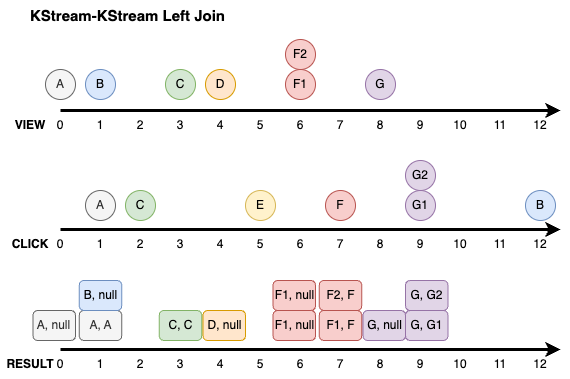
Before: img/kafka/kafka-streams-join-4.drawio.png, a diagram exported from draw.io (windowforsun/blog). Source tidied: cells renumbered, new cells last; positions are measured from the earlier drawing's top-left corner, leaving out a move shared by most shapes. The source it was exported from:
```xml
<mxGraphModel>
  <root>
    <mxCell id="0" />
    <mxCell id="1" parent="0" />
    <mxCell id="2" style="endArrow=classic;html=1;rounded=0;endFill=1;strokeWidth=3;" parent="1" edge="1">
      <mxGeometry relative="1" as="geometry">
        <mxPoint x="60" y="110" as="sourcePoint" />
        <mxPoint x="560" y="110" as="targetPoint" />
      </mxGeometry>
    </mxCell>
    <mxCell id="3" value="&lt;b&gt;VIEW&lt;/b&gt;" style="text;html=1;align=center;verticalAlign=middle;whiteSpace=wrap;rounded=0;" parent="1" vertex="1">
      <mxGeometry y="110" width="60" height="30" as="geometry" />
    </mxCell>
    <mxCell id="4" value="&lt;b&gt;CLICK&lt;/b&gt;" style="text;html=1;align=center;verticalAlign=middle;whiteSpace=wrap;rounded=0;" parent="1" vertex="1">
      <mxGeometry y="229" width="60" height="30" as="geometry" />
    </mxCell>
    <mxCell id="5" value="1" style="text;html=1;align=center;verticalAlign=middle;whiteSpace=wrap;rounded=0;" parent="1" vertex="1">
      <mxGeometry x="90" y="110" width="20" height="30" as="geometry" />
    </mxCell>
    <mxCell id="6" value="0" style="text;html=1;align=center;verticalAlign=middle;whiteSpace=wrap;rounded=0;" parent="1" vertex="1">
      <mxGeometry x="50" y="110" width="20" height="30" as="geometry" />
    </mxCell>
    <mxCell id="7" value="2" style="text;html=1;align=center;verticalAlign=middle;whiteSpace=wrap;rounded=0;" parent="1" vertex="1">
      <mxGeometry x="130" y="110" width="20" height="30" as="geometry" />
    </mxCell>
    <mxCell id="8" value="3" style="text;html=1;align=center;verticalAlign=middle;whiteSpace=wrap;rounded=0;" parent="1" vertex="1">
      <mxGeometry x="170" y="110" width="20" height="30" as="geometry" />
    </mxCell>
    <mxCell id="9" value="4" style="text;html=1;align=center;verticalAlign=middle;whiteSpace=wrap;rounded=0;" parent="1" vertex="1">
      <mxGeometry x="210" y="110" width="20" height="30" as="geometry" />
    </mxCell>
    <mxCell id="10" value="5" style="text;html=1;align=center;verticalAlign=middle;whiteSpace=wrap;rounded=0;" parent="1" vertex="1">
      <mxGeometry x="250" y="110" width="20" height="30" as="geometry" />
    </mxCell>
    <mxCell id="11" value="6" style="text;html=1;align=center;verticalAlign=middle;whiteSpace=wrap;rounded=0;" parent="1" vertex="1">
      <mxGeometry x="290" y="110" width="20" height="30" as="geometry" />
    </mxCell>
    <mxCell id="12" value="7" style="text;html=1;align=center;verticalAlign=middle;whiteSpace=wrap;rounded=0;" parent="1" vertex="1">
      <mxGeometry x="330" y="110" width="20" height="30" as="geometry" />
    </mxCell>
    <mxCell id="13" value="8" style="text;html=1;align=center;verticalAlign=middle;whiteSpace=wrap;rounded=0;" parent="1" vertex="1">
      <mxGeometry x="370" y="110" width="20" height="30" as="geometry" />
    </mxCell>
    <mxCell id="14" value="9" style="text;html=1;align=center;verticalAlign=middle;whiteSpace=wrap;rounded=0;" parent="1" vertex="1">
      <mxGeometry x="410" y="110" width="20" height="30" as="geometry" />
    </mxCell>
    <mxCell id="15" value="10" style="text;html=1;align=center;verticalAlign=middle;whiteSpace=wrap;rounded=0;" parent="1" vertex="1">
      <mxGeometry x="450" y="110" width="20" height="30" as="geometry" />
    </mxCell>
    <mxCell id="16" value="11" style="text;html=1;align=center;verticalAlign=middle;whiteSpace=wrap;rounded=0;" parent="1" vertex="1">
      <mxGeometry x="490" y="110" width="20" height="30" as="geometry" />
    </mxCell>
    <mxCell id="17" value="12" style="text;html=1;align=center;verticalAlign=middle;whiteSpace=wrap;rounded=0;" parent="1" vertex="1">
      <mxGeometry x="530" y="110" width="20" height="30" as="geometry" />
    </mxCell>
    <mxCell id="18" style="endArrow=classic;html=1;rounded=0;endFill=1;strokeWidth=3;" parent="1" edge="1">
      <mxGeometry relative="1" as="geometry">
        <mxPoint x="60" y="229" as="sourcePoint" />
        <mxPoint x="560" y="229" as="targetPoint" />
      </mxGeometry>
    </mxCell>
    <mxCell id="19" value="1" style="text;html=1;align=center;verticalAlign=middle;whiteSpace=wrap;rounded=0;" parent="1" vertex="1">
      <mxGeometry x="90" y="229" width="20" height="30" as="geometry" />
    </mxCell>
    <mxCell id="20" value="0" style="text;html=1;align=center;verticalAlign=middle;whiteSpace=wrap;rounded=0;" parent="1" vertex="1">
      <mxGeometry x="50" y="229" width="20" height="30" as="geometry" />
    </mxCell>
    <mxCell id="21" value="2" style="text;html=1;align=center;verticalAlign=middle;whiteSpace=wrap;rounded=0;" parent="1" vertex="1">
      <mxGeometry x="130" y="229" width="20" height="30" as="geometry" />
    </mxCell>
    <mxCell id="22" value="3" style="text;html=1;align=center;verticalAlign=middle;whiteSpace=wrap;rounded=0;" parent="1" vertex="1">
      <mxGeometry x="170" y="229" width="20" height="30" as="geometry" />
    </mxCell>
    <mxCell id="23" value="4" style="text;html=1;align=center;verticalAlign=middle;whiteSpace=wrap;rounded=0;" parent="1" vertex="1">
      <mxGeometry x="210" y="229" width="20" height="30" as="geometry" />
    </mxCell>
    <mxCell id="24" value="5" style="text;html=1;align=center;verticalAlign=middle;whiteSpace=wrap;rounded=0;" parent="1" vertex="1">
      <mxGeometry x="250" y="229" width="20" height="30" as="geometry" />
    </mxCell>
    <mxCell id="25" value="6" style="text;html=1;align=center;verticalAlign=middle;whiteSpace=wrap;rounded=0;" parent="1" vertex="1">
      <mxGeometry x="290" y="229" width="20" height="30" as="geometry" />
    </mxCell>
    <mxCell id="26" value="7" style="text;html=1;align=center;verticalAlign=middle;whiteSpace=wrap;rounded=0;" parent="1" vertex="1">
      <mxGeometry x="330" y="229" width="20" height="30" as="geometry" />
    </mxCell>
    <mxCell id="27" value="8" style="text;html=1;align=center;verticalAlign=middle;whiteSpace=wrap;rounded=0;" parent="1" vertex="1">
      <mxGeometry x="370" y="229" width="20" height="30" as="geometry" />
    </mxCell>
    <mxCell id="28" value="9" style="text;html=1;align=center;verticalAlign=middle;whiteSpace=wrap;rounded=0;" parent="1" vertex="1">
      <mxGeometry x="410" y="229" width="20" height="30" as="geometry" />
    </mxCell>
    <mxCell id="29" value="10" style="text;html=1;align=center;verticalAlign=middle;whiteSpace=wrap;rounded=0;" parent="1" vertex="1">
      <mxGeometry x="450" y="229" width="20" height="30" as="geometry" />
    </mxCell>
    <mxCell id="30" value="11" style="text;html=1;align=center;verticalAlign=middle;whiteSpace=wrap;rounded=0;" parent="1" vertex="1">
      <mxGeometry x="490" y="229" width="20" height="30" as="geometry" />
    </mxCell>
    <mxCell id="31" value="12" style="text;html=1;align=center;verticalAlign=middle;whiteSpace=wrap;rounded=0;" parent="1" vertex="1">
      <mxGeometry x="530" y="229" width="20" height="30" as="geometry" />
    </mxCell>
    <mxCell id="32" value="A" style="ellipse;whiteSpace=wrap;html=1;fillColor=#f5f5f5;fontColor=#333333;strokeColor=#666666;" parent="1" vertex="1">
      <mxGeometry x="45" y="69" width="30" height="30" as="geometry" />
    </mxCell>
    <mxCell id="33" value="A" style="ellipse;whiteSpace=wrap;html=1;fillColor=#f5f5f5;fontColor=#333333;strokeColor=#666666;" parent="1" vertex="1">
      <mxGeometry x="85" y="190" width="30" height="30" as="geometry" />
    </mxCell>
    <mxCell id="34" value="B" style="ellipse;whiteSpace=wrap;html=1;fillColor=#dae8fc;strokeColor=#6c8ebf;" parent="1" vertex="1">
      <mxGeometry x="85" y="69" width="30" height="30" as="geometry" />
    </mxCell>
    <mxCell id="35" value="B" style="ellipse;whiteSpace=wrap;html=1;fillColor=#dae8fc;strokeColor=#6c8ebf;" parent="1" vertex="1">
      <mxGeometry x="525" y="190" width="30" height="30" as="geometry" />
    </mxCell>
    <mxCell id="36" value="C" style="ellipse;whiteSpace=wrap;html=1;fillColor=#d5e8d4;strokeColor=#82b366;" parent="1" vertex="1">
      <mxGeometry x="165" y="69" width="30" height="30" as="geometry" />
    </mxCell>
    <mxCell id="37" value="C" style="ellipse;whiteSpace=wrap;html=1;fillColor=#d5e8d4;strokeColor=#82b366;" parent="1" vertex="1">
      <mxGeometry x="125" y="190" width="30" height="30" as="geometry" />
    </mxCell>
    <mxCell id="38" value="D" style="ellipse;whiteSpace=wrap;html=1;fillColor=#ffe6cc;strokeColor=#d79b00;" parent="1" vertex="1">
      <mxGeometry x="205" y="69" width="30" height="30" as="geometry" />
    </mxCell>
    <mxCell id="39" value="E" style="ellipse;whiteSpace=wrap;html=1;fillColor=#fff2cc;strokeColor=#d6b656;" parent="1" vertex="1">
      <mxGeometry x="245" y="190" width="30" height="30" as="geometry" />
    </mxCell>
    <mxCell id="40" value="F1" style="ellipse;whiteSpace=wrap;html=1;fillColor=#f8cecc;strokeColor=#b85450;" parent="1" vertex="1">
      <mxGeometry x="285" y="69" width="30" height="30" as="geometry" />
    </mxCell>
    <mxCell id="41" value="F2" style="ellipse;whiteSpace=wrap;html=1;fillColor=#f8cecc;strokeColor=#b85450;" parent="1" vertex="1">
      <mxGeometry x="285" y="39" width="30" height="30" as="geometry" />
    </mxCell>
    <mxCell id="42" value="G" style="ellipse;whiteSpace=wrap;html=1;fillColor=#e1d5e7;strokeColor=#9673a6;" parent="1" vertex="1">
      <mxGeometry x="365" y="69" width="30" height="30" as="geometry" />
    </mxCell>
    <mxCell id="43" value="F" style="ellipse;whiteSpace=wrap;html=1;fillColor=#f8cecc;strokeColor=#b85450;" parent="1" vertex="1">
      <mxGeometry x="325" y="190" width="30" height="30" as="geometry" />
    </mxCell>
    <mxCell id="44" value="G1" style="ellipse;whiteSpace=wrap;html=1;fillColor=#e1d5e7;strokeColor=#9673a6;" parent="1" vertex="1">
      <mxGeometry x="405" y="190" width="30" height="30" as="geometry" />
    </mxCell>
    <mxCell id="45" value="G2" style="ellipse;whiteSpace=wrap;html=1;fillColor=#e1d5e7;strokeColor=#9673a6;" parent="1" vertex="1">
      <mxGeometry x="405" y="160" width="30" height="30" as="geometry" />
    </mxCell>
    <mxCell id="46" value="&lt;b&gt;RESULT&lt;/b&gt;" style="text;html=1;align=center;verticalAlign=middle;whiteSpace=wrap;rounded=0;" parent="1" vertex="1">
      <mxGeometry y="349" width="60" height="30" as="geometry" />
    </mxCell>
    <mxCell id="47" style="endArrow=classic;html=1;rounded=0;endFill=1;strokeWidth=3;" parent="1" edge="1">
      <mxGeometry relative="1" as="geometry">
        <mxPoint x="60" y="349" as="sourcePoint" />
        <mxPoint x="560" y="349" as="targetPoint" />
      </mxGeometry>
    </mxCell>
    <mxCell id="48" value="1" style="text;html=1;align=center;verticalAlign=middle;whiteSpace=wrap;rounded=0;" parent="1" vertex="1">
      <mxGeometry x="90" y="349" width="20" height="30" as="geometry" />
    </mxCell>
    <mxCell id="49" value="0" style="text;html=1;align=center;verticalAlign=middle;whiteSpace=wrap;rounded=0;" parent="1" vertex="1">
      <mxGeometry x="50" y="349" width="20" height="30" as="geometry" />
    </mxCell>
    <mxCell id="50" value="2" style="text;html=1;align=center;verticalAlign=middle;whiteSpace=wrap;rounded=0;" parent="1" vertex="1">
      <mxGeometry x="130" y="349" width="20" height="30" as="geometry" />
    </mxCell>
    <mxCell id="51" value="3" style="text;html=1;align=center;verticalAlign=middle;whiteSpace=wrap;rounded=0;" parent="1" vertex="1">
      <mxGeometry x="170" y="349" width="20" height="30" as="geometry" />
    </mxCell>
    <mxCell id="52" value="4" style="text;html=1;align=center;verticalAlign=middle;whiteSpace=wrap;rounded=0;" parent="1" vertex="1">
      <mxGeometry x="210" y="349" width="20" height="30" as="geometry" />
    </mxCell>
    <mxCell id="53" value="5" style="text;html=1;align=center;verticalAlign=middle;whiteSpace=wrap;rounded=0;" parent="1" vertex="1">
      <mxGeometry x="250" y="349" width="20" height="30" as="geometry" />
    </mxCell>
    <mxCell id="54" value="6" style="text;html=1;align=center;verticalAlign=middle;whiteSpace=wrap;rounded=0;" parent="1" vertex="1">
      <mxGeometry x="290" y="349" width="20" height="30" as="geometry" />
    </mxCell>
    <mxCell id="55" value="7" style="text;html=1;align=center;verticalAlign=middle;whiteSpace=wrap;rounded=0;" parent="1" vertex="1">
      <mxGeometry x="330" y="349" width="20" height="30" as="geometry" />
    </mxCell>
    <mxCell id="56" value="8" style="text;html=1;align=center;verticalAlign=middle;whiteSpace=wrap;rounded=0;" parent="1" vertex="1">
      <mxGeometry x="370" y="349" width="20" height="30" as="geometry" />
    </mxCell>
    <mxCell id="57" value="9" style="text;html=1;align=center;verticalAlign=middle;whiteSpace=wrap;rounded=0;" parent="1" vertex="1">
      <mxGeometry x="410" y="349" width="20" height="30" as="geometry" />
    </mxCell>
    <mxCell id="58" value="10" style="text;html=1;align=center;verticalAlign=middle;whiteSpace=wrap;rounded=0;" parent="1" vertex="1">
      <mxGeometry x="450" y="349" width="20" height="30" as="geometry" />
    </mxCell>
    <mxCell id="59" value="11" style="text;html=1;align=center;verticalAlign=middle;whiteSpace=wrap;rounded=0;" parent="1" vertex="1">
      <mxGeometry x="490" y="349" width="20" height="30" as="geometry" />
    </mxCell>
    <mxCell id="60" value="12" style="text;html=1;align=center;verticalAlign=middle;whiteSpace=wrap;rounded=0;" parent="1" vertex="1">
      <mxGeometry x="530" y="349" width="20" height="30" as="geometry" />
    </mxCell>
    <mxCell id="61" value="&lt;b&gt;&lt;font style=&quot;font-size: 15px;&quot;&gt;KStream-KStream Left Join&lt;/font&gt;&lt;/b&gt;" style="text;html=1;align=center;verticalAlign=middle;whiteSpace=wrap;rounded=0;" parent="1" vertex="1">
      <mxGeometry x="20" width="215" height="30" as="geometry" />
    </mxCell>
    <mxCell id="62" value="A, null" style="rounded=1;whiteSpace=wrap;html=1;fillColor=#f5f5f5;fontColor=#333333;strokeColor=#666666;" parent="1" vertex="1">
      <mxGeometry x="32.5" y="310" width="42.5" height="30" as="geometry" />
    </mxCell>
    <mxCell id="63" value="C, C" style="rounded=1;whiteSpace=wrap;html=1;fillColor=#d5e8d4;strokeColor=#82b366;" parent="1" vertex="1">
      <mxGeometry x="158.8" y="310" width="42.5" height="30" as="geometry" />
    </mxCell>
    <mxCell id="64" value="F1, F" style="rounded=1;whiteSpace=wrap;html=1;fillColor=#f8cecc;strokeColor=#b85450;" parent="1" vertex="1">
      <mxGeometry x="318.8" y="310" width="42.5" height="30" as="geometry" />
    </mxCell>
    <mxCell id="65" value="F2, F" style="rounded=1;whiteSpace=wrap;html=1;fillColor=#f8cecc;strokeColor=#b85450;" parent="1" vertex="1">
      <mxGeometry x="318.8" y="280" width="42.5" height="30" as="geometry" />
    </mxCell>
    <mxCell id="66" value="G, G1" style="rounded=1;whiteSpace=wrap;html=1;fillColor=#e1d5e7;strokeColor=#9673a6;" parent="1" vertex="1">
      <mxGeometry x="405" y="310" width="42.5" height="30" as="geometry" />
    </mxCell>
    <mxCell id="67" value="G, G2" style="rounded=1;whiteSpace=wrap;html=1;fillColor=#e1d5e7;strokeColor=#9673a6;" parent="1" vertex="1">
      <mxGeometry x="405" y="280" width="42.5" height="30" as="geometry" />
    </mxCell>
    <mxCell id="68" value="A, A" style="rounded=1;whiteSpace=wrap;html=1;fillColor=#f5f5f5;fontColor=#333333;strokeColor=#666666;" parent="1" vertex="1">
      <mxGeometry x="78.8" y="310" width="42.5" height="30" as="geometry" />
    </mxCell>
    <mxCell id="69" value="B, null" style="rounded=1;whiteSpace=wrap;html=1;fillColor=#dae8fc;strokeColor=#6c8ebf;" parent="1" vertex="1">
      <mxGeometry x="78.8" y="280" width="42.5" height="30" as="geometry" />
    </mxCell>
    <mxCell id="70" value="D, null" style="rounded=1;whiteSpace=wrap;html=1;fillColor=#ffe6cc;strokeColor=#d79b00;" parent="1" vertex="1">
      <mxGeometry x="202.5" y="310" width="42.5" height="30" as="geometry" />
    </mxCell>
    <mxCell id="71" value="F1, null" style="rounded=1;whiteSpace=wrap;html=1;fillColor=#f8cecc;strokeColor=#b85450;" parent="1" vertex="1">
      <mxGeometry x="272.5" y="310" width="42.5" height="30" as="geometry" />
    </mxCell>
    <mxCell id="72" value="F1, null" style="rounded=1;whiteSpace=wrap;html=1;fillColor=#f8cecc;strokeColor=#b85450;" parent="1" vertex="1">
      <mxGeometry x="272.5" y="280" width="42.5" height="30" as="geometry" />
    </mxCell>
    <mxCell id="73" value="G, null" style="rounded=1;whiteSpace=wrap;html=1;fillColor=#e1d5e7;strokeColor=#9673a6;" parent="1" vertex="1">
      <mxGeometry x="362.5" y="310" width="42.5" height="30" as="geometry" />
    </mxCell>
  </root>
</mxGraphModel>
```
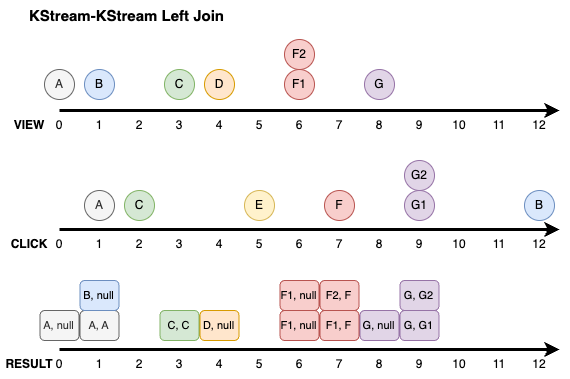
After the change.

Commit message:
kafka-streams-join-4.drawio.png이 추가되었습니다.

What changed in the source:
```diff
@@ -140,15 +140,18 @@
     <mxCell id="45" value="G2" style="ellipse;whiteSpace=wrap;html=1;fillColor=#e1d5e7;strokeColor=#9673a6;" parent="1" vertex="1">
       <mxGeometry x="405" y="160" width="30" height="30" as="geometry" />
     </mxCell>
+    <mxCell id="61" value="&lt;b&gt;&lt;font style=&quot;font-size: 15px;&quot;&gt;KStream-KStream Left Join&lt;/font&gt;&lt;/b&gt;" style="text;html=1;align=center;verticalAlign=middle;whiteSpace=wrap;rounded=0;" parent="1" vertex="1">
+      <mxGeometry x="20" width="215" height="30" as="geometry" />
+    </mxCell>
     <mxCell id="46" value="&lt;b&gt;RESULT&lt;/b&gt;" style="text;html=1;align=center;verticalAlign=middle;whiteSpace=wrap;rounded=0;" parent="1" vertex="1">
       <mxGeometry y="349" width="60" height="30" as="geometry" />
     </mxCell>
-    <mxCell id="47" style="endArrow=classic;html=1;rounded=0;endFill=1;strokeWidth=3;" parent="1" edge="1">
-      <mxGeometry relative="1" as="geometry">
-        <mxPoint x="60" y="349" as="sourcePoint" />
-        <mxPoint x="560" y="349" as="targetPoint" />
-      </mxGeometry>
-    </mxCell>
+    <mxCell id="74" style="endArrow=classic;html=1;rounded=0;endFill=1;strokeWidth=3;" parent="1" edge="1">
+      <mxGeometry relative="1" as="geometry">
+        <mxPoint x="60" y="349" as="sourcePoint" />
+        <mxPoint x="560" y="349" as="targetPoint" />
+      </mxGeometry>
+    </mxCell>
     <mxCell id="48" value="1" style="text;html=1;align=center;verticalAlign=middle;whiteSpace=wrap;rounded=0;" parent="1" vertex="1">
       <mxGeometry x="90" y="349" width="20" height="30" as="geometry" />
     </mxCell>
@@ -188,44 +191,41 @@
     <mxCell id="60" value="12" style="text;html=1;align=center;verticalAlign=middle;whiteSpace=wrap;rounded=0;" parent="1" vertex="1">
       <mxGeometry x="530" y="349" width="20" height="30" as="geometry" />
     </mxCell>
-    <mxCell id="61" value="&lt;b&gt;&lt;font style=&quot;font-size: 15px;&quot;&gt;KStream-KStream Left Join&lt;/font&gt;&lt;/b&gt;" style="text;html=1;align=center;verticalAlign=middle;whiteSpace=wrap;rounded=0;" parent="1" vertex="1">
-      <mxGeometry x="20" width="215" height="30" as="geometry" />
-    </mxCell>
-    <mxCell id="62" value="A, null" style="rounded=1;whiteSpace=wrap;html=1;fillColor=#f5f5f5;fontColor=#333333;strokeColor=#666666;" parent="1" vertex="1">
-      <mxGeometry x="32.5" y="310" width="42.5" height="30" as="geometry" />
+    <mxCell id="62" value="A, null" style="rounded=1;whiteSpace=wrap;html=1;fillColor=#f5f5f5;fontColor=#333333;strokeColor=#666666;fontSize=11;" parent="1" vertex="1">
+      <mxGeometry x="40.5" y="310" width="39" height="30" as="geometry" />
     </mxCell>
-    <mxCell id="63" value="C, C" style="rounded=1;whiteSpace=wrap;html=1;fillColor=#d5e8d4;strokeColor=#82b366;" parent="1" vertex="1">
-      <mxGeometry x="158.8" y="310" width="42.5" height="30" as="geometry" />
+    <mxCell id="63" value="C, C" style="rounded=1;whiteSpace=wrap;html=1;fillColor=#d5e8d4;strokeColor=#82b366;fontSize=11;" parent="1" vertex="1">
+      <mxGeometry x="160.5" y="310" width="39" height="30" as="geometry" />
     </mxCell>
-    <mxCell id="64" value="F1, F" style="rounded=1;whiteSpace=wrap;html=1;fillColor=#f8cecc;strokeColor=#b85450;" parent="1" vertex="1">
-      <mxGeometry x="318.8" y="310" width="42.5" height="30" as="geometry" />
+    <mxCell id="64" value="F1, F" style="rounded=1;whiteSpace=wrap;html=1;fillColor=#f8cecc;strokeColor=#b85450;fontSize=11;" parent="1" vertex="1">
+      <mxGeometry x="320.5" y="310" width="39" height="30" as="geometry" />
     </mxCell>
-    <mxCell id="65" value="F2, F" style="rounded=1;whiteSpace=wrap;html=1;fillColor=#f8cecc;strokeColor=#b85450;" parent="1" vertex="1">
-      <mxGeometry x="318.8" y="280" width="42.5" height="30" as="geometry" />
+    <mxCell id="65" value="F2, F" style="rounded=1;whiteSpace=wrap;html=1;fillColor=#f8cecc;strokeColor=#b85450;fontSize=11;" parent="1" vertex="1">
+      <mxGeometry x="320.5" y="280" width="39" height="30" as="geometry" />
     </mxCell>
-    <mxCell id="66" value="G, G1" style="rounded=1;whiteSpace=wrap;html=1;fillColor=#e1d5e7;strokeColor=#9673a6;" parent="1" vertex="1">
-      <mxGeometry x="405" y="310" width="42.5" height="30" as="geometry" />
+    <mxCell id="66" value="G, G1" style="rounded=1;whiteSpace=wrap;html=1;fillColor=#e1d5e7;strokeColor=#9673a6;fontSize=11;" parent="1" vertex="1">
+      <mxGeometry x="400.5" y="310" width="39" height="30" as="geometry" />
     </mxCell>
-    <mxCell id="67" value="G, G2" style="rounded=1;whiteSpace=wrap;html=1;fillColor=#e1d5e7;strokeColor=#9673a6;" parent="1" vertex="1">
-      <mxGeometry x="405" y="280" width="42.5" height="30" as="geometry" />
+    <mxCell id="67" value="G, G2" style="rounded=1;whiteSpace=wrap;html=1;fillColor=#e1d5e7;strokeColor=#9673a6;fontSize=11;" parent="1" vertex="1">
+      <mxGeometry x="400.5" y="280" width="39" height="30" as="geometry" />
     </mxCell>
-    <mxCell id="68" value="A, A" style="rounded=1;whiteSpace=wrap;html=1;fillColor=#f5f5f5;fontColor=#333333;strokeColor=#666666;" parent="1" vertex="1">
-      <mxGeometry x="78.8" y="310" width="42.5" height="30" as="geometry" />
+    <mxCell id="68" value="A, A" style="rounded=1;whiteSpace=wrap;html=1;fillColor=#f5f5f5;fontColor=#333333;strokeColor=#666666;fontSize=11;" parent="1" vertex="1">
+      <mxGeometry x="80.5" y="310" width="39" height="30" as="geometry" />
     </mxCell>
-    <mxCell id="69" value="B, null" style="rounded=1;whiteSpace=wrap;html=1;fillColor=#dae8fc;strokeColor=#6c8ebf;" parent="1" vertex="1">
-      <mxGeometry x="78.8" y="280" width="42.5" height="30" as="geometry" />
+    <mxCell id="69" value="B, null" style="rounded=1;whiteSpace=wrap;html=1;fillColor=#dae8fc;strokeColor=#6c8ebf;fontSize=11;" parent="1" vertex="1">
+      <mxGeometry x="80.5" y="280" width="39" height="30" as="geometry" />
     </mxCell>
-    <mxCell id="70" value="D, null" style="rounded=1;whiteSpace=wrap;html=1;fillColor=#ffe6cc;strokeColor=#d79b00;" parent="1" vertex="1">
-      <mxGeometry x="202.5" y="310" width="42.5" height="30" as="geometry" />
+    <mxCell id="70" value="D, null" style="rounded=1;whiteSpace=wrap;html=1;fillColor=#ffe6cc;strokeColor=#d79b00;fontSize=11;" parent="1" vertex="1">
+      <mxGeometry x="200.5" y="310" width="39" height="30" as="geometry" />
     </mxCell>
-    <mxCell id="71" value="F1, null" style="rounded=1;whiteSpace=wrap;html=1;fillColor=#f8cecc;strokeColor=#b85450;" parent="1" vertex="1">
-      <mxGeometry x="272.5" y="310" width="42.5" height="30" as="geometry" />
-    </mxCell>
-    <mxCell id="72" value="F1, null" style="rounded=1;whiteSpace=wrap;html=1;fillColor=#f8cecc;strokeColor=#b85450;" parent="1" vertex="1">
-      <mxGeometry x="272.5" y="280" width="42.5" height="30" as="geometry" />
-    </mxCell>
+    <mxCell id="75" value="F1, null" style="rounded=1;whiteSpace=wrap;html=1;fillColor=#f8cecc;strokeColor=#b85450;fontSize=11;" parent="1" vertex="1">
+      <mxGeometry x="280.5" y="310" width="39" height="30" as="geometry" />
+    </mxCell>
+    <mxCell id="76" value="F1, null" style="rounded=1;whiteSpace=wrap;html=1;fillColor=#f8cecc;strokeColor=#b85450;fontSize=11;" parent="1" vertex="1">
+      <mxGeometry x="280.5" y="280" width="39" height="30" as="geometry" />
+    </mxCell>
-    <mxCell id="73" value="G, null" style="rounded=1;whiteSpace=wrap;html=1;fillColor=#e1d5e7;strokeColor=#9673a6;" parent="1" vertex="1">
-      <mxGeometry x="362.5" y="310" width="42.5" height="30" as="geometry" />
+    <mxCell id="73" value="G, null" style="rounded=1;whiteSpace=wrap;html=1;fillColor=#e1d5e7;strokeColor=#9673a6;fontSize=11;" parent="1" vertex="1">
+      <mxGeometry x="360.5" y="310" width="39" height="30" as="geometry" />
     </mxCell>
   </root>
 </mxGraphModel>
```
